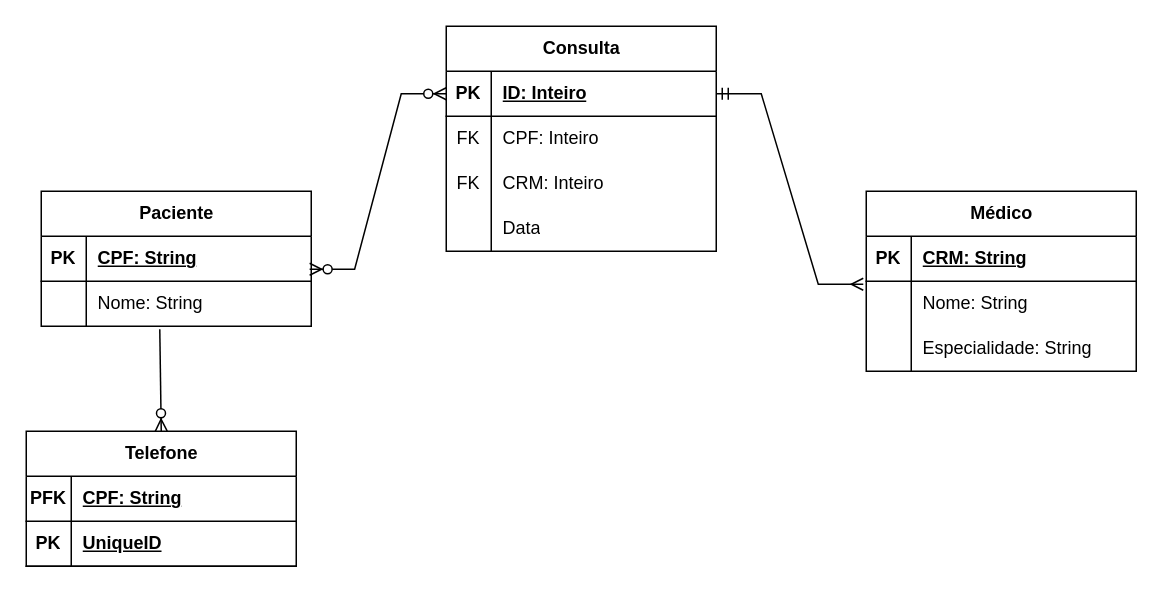
Above: Projetos/Práticas_02_3.drawio in G2Martins/Bancos-De-Dados (draw.io), before the change. Source tidied: cells renumbered, new cells numbered last; positions are measured from the earlier drawing's top-left corner, leaving out a move shared by most shapes. Both pictures are drawn from the tidied source at 150%, with x=0, y=0 at pixel (26, 26).
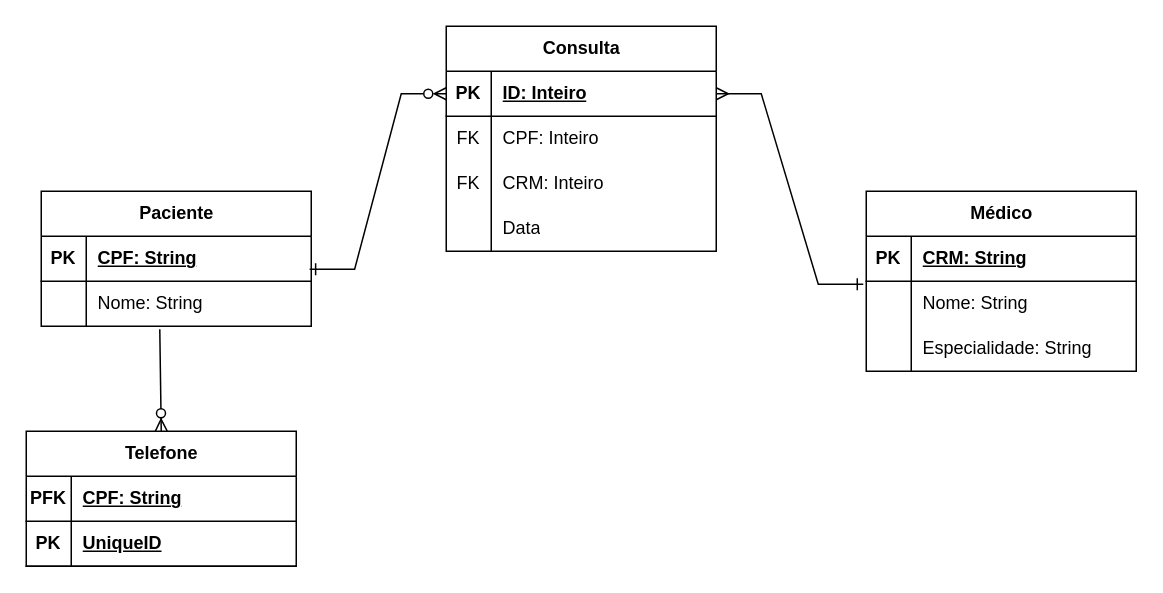
The same diagram, later.

The change refers to these unchanged cells:
```xml
<mxCell id="6" style="shape=tableRow;horizontal=0;startSize=0;swimlaneHead=0;swimlaneBody=0;fillColor=none;points=[[0,0.5],[1,0.5]];portConstraint=eastwest;top=0;left=0;right=0;bottom=0;" parent="2" vertex="1">
  <mxGeometry y="60" width="180" height="30" as="geometry" />
</mxCell>
<mxCell id="13" style="shape=tableRow;horizontal=0;startSize=0;swimlaneHead=0;swimlaneBody=0;fillColor=none;points=[[0,0.5],[1,0.5]];portConstraint=eastwest;top=0;left=0;right=0;bottom=1;" parent="12" vertex="1">
  <mxGeometry y="30" width="180" height="30" as="geometry" />
</mxCell>
<mxCell id="20" style="shape=tableRow;horizontal=0;startSize=0;swimlaneHead=0;swimlaneBody=0;fillColor=none;points=[[0,0.5],[1,0.5]];portConstraint=eastwest;top=0;left=0;right=0;bottom=1;" parent="19" vertex="1">
  <mxGeometry y="30" width="180" height="30" as="geometry" />
</mxCell>
```

Diff of the diagram source:
```diff
@@
-    <mxCell id="32" style="edgeStyle=entityRelationEdgeStyle;fontSize=12;html=1;endArrow=ERzeroToMany;endFill=1;startArrow=ERzeroToMany;rounded=0;entryX=0;entryY=0.5;entryDx=0;entryDy=0;exitX=0.994;exitY=0.733;exitDx=0;exitDy=0;exitPerimeter=0;" parent="1" edge="1" source="13" target="20">
+    <mxCell id="32" style="edgeStyle=entityRelationEdgeStyle;fontSize=12;html=1;endArrow=ERzeroToMany;endFill=0;startArrow=ERone;rounded=0;entryX=0;entryY=0.5;entryDx=0;entryDy=0;exitX=0.994;exitY=0.733;exitDx=0;exitDy=0;exitPerimeter=0;startFill=0;" parent="1" edge="1" source="13" target="20">
       <mxGeometry relative="1" as="geometry" />
     </mxCell>
-    <mxCell id="33" style="edgeStyle=entityRelationEdgeStyle;fontSize=12;html=1;endArrow=ERmany;startArrow=ERmandOne;rounded=0;startFill=0;endFill=0;entryX=-0.011;entryY=0.067;entryDx=0;entryDy=0;entryPerimeter=0;exitX=1;exitY=0.5;exitDx=0;exitDy=0;" parent="1" edge="1" source="20" target="6">
+    <mxCell id="33" style="edgeStyle=entityRelationEdgeStyle;fontSize=12;html=1;endArrow=ERone;startArrow=ERmany;rounded=0;startFill=0;endFill=0;entryX=-0.011;entryY=0.067;entryDx=0;entryDy=0;entryPerimeter=0;exitX=1;exitY=0.5;exitDx=0;exitDy=0;" parent="1" edge="1" source="20" target="6">
       <mxGeometry relative="1" as="geometry" />
     </mxCell>
```
